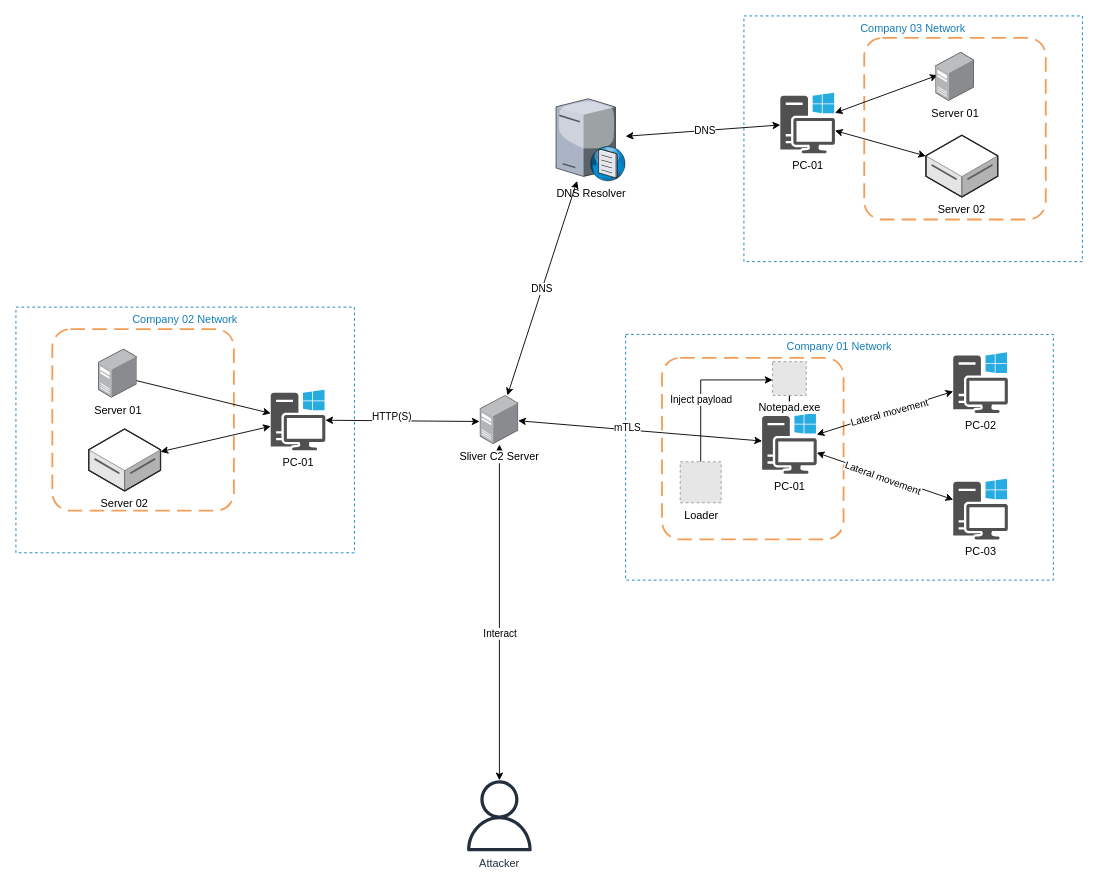
Before: page "Main-model" (1 of 5) of C2_model.drawio in lephuduc/kayumi, a draw.io diagram. Source tidied: cells renumbered, new cells numbered last; positions are measured from the earlier drawing's top-left corner, leaving out a move shared by most shapes. Both pictures are drawn from the tidied source at 91%, with x=0, y=0 at pixel (15, 15). Pictures stored in the file or linked from it are replaced by grey dashed boxes.
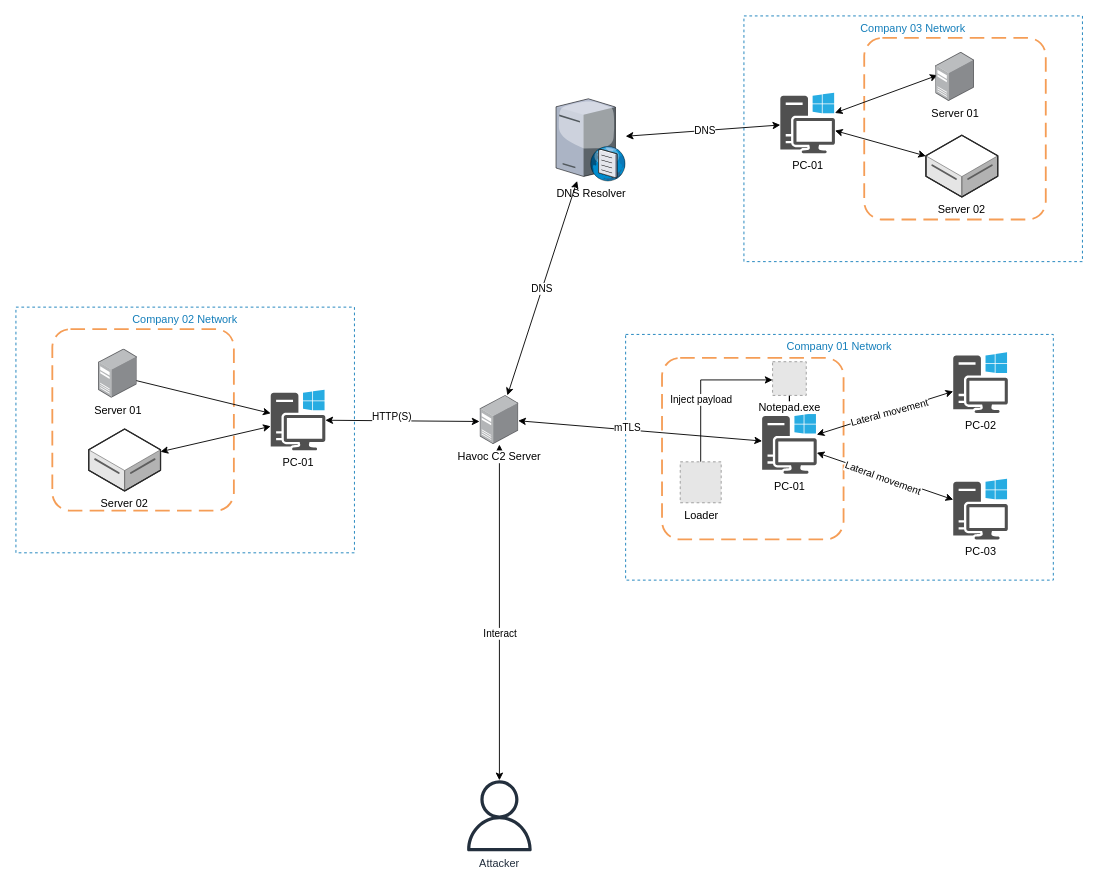
The same page after the edit.

Change to the diagram source:
```diff
@@
-    <mxCell id="8" value="Sliver C2 Server" style="image;points=[];html=1;align=center;shadow=0;dashed=0;image=img/lib/allied_telesis/computer_and_terminals/Server_Desktop.svg;" parent="1" vertex="1">
+    <mxCell id="8" value="Havoc C2 Server" style="image;points=[];html=1;align=center;shadow=0;dashed=0;image=img/lib/allied_telesis/computer_and_terminals/Server_Desktop.svg;" parent="1" vertex="1">
       <mxGeometry x="510" y="417" width="42.6" height="54" as="geometry" />
     </mxCell>
```
